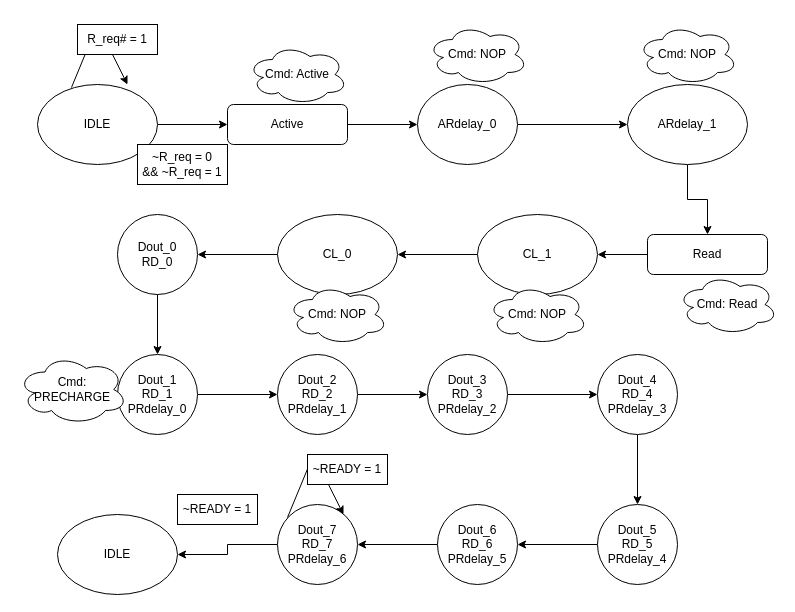
Before: Untitled Diagram.drawio in lnguyen921/Digital_system, a draw.io diagram. Source tidied: cells renumbered, new cells numbered last; positions are measured from the earlier drawing's top-left corner, leaving out a move shared by most shapes. Both pictures are drawn from the tidied source at 100%, with x=0, y=0 at pixel (17, 24).
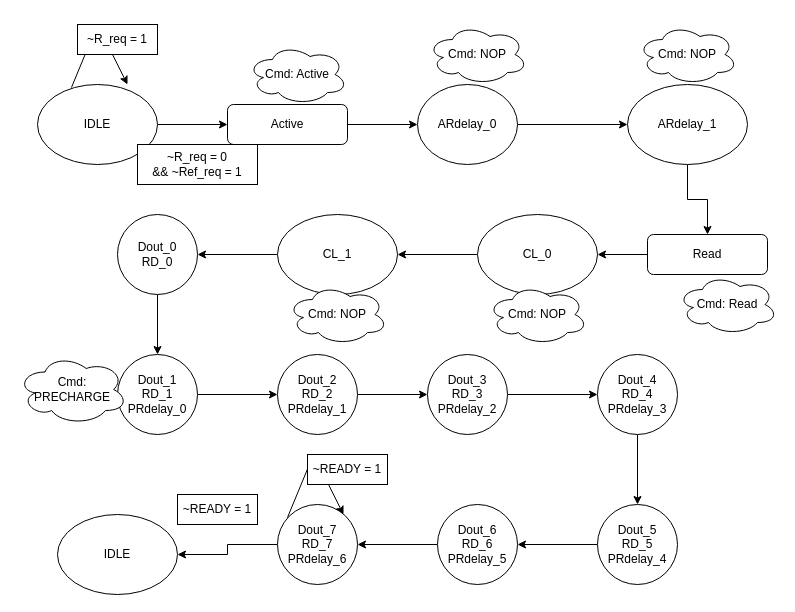
The same diagram, later.

The edit, as a diff of the source:
```diff
@@
-    <mxCell id="11" value="R_req# = 1" style="rounded=0;whiteSpace=wrap;html=1;" parent="1" vertex="1">
+    <mxCell id="11" value="~R_req = 1" style="rounded=0;whiteSpace=wrap;html=1;" parent="1" vertex="1">
       <mxGeometry x="60" width="80" height="30" as="geometry" />
     </mxCell>
-    <mxCell id="12" value="~R_req = 0&lt;div&gt;&amp;amp;&amp;amp; ~R_req = 1&lt;/div&gt;" style="rounded=0;whiteSpace=wrap;html=1;" parent="1" vertex="1">
-      <mxGeometry x="120" y="120" width="90" height="40" as="geometry" />
+    <mxCell id="12" value="~R_req = 0&lt;div&gt;&amp;amp;&amp;amp; ~Ref_req = 1&lt;/div&gt;" style="rounded=0;whiteSpace=wrap;html=1;" parent="1" vertex="1">
+      <mxGeometry x="120" y="120" width="120" height="40" as="geometry" />
     </mxCell>
@@
-    <mxCell id="20" value="CL_1" style="ellipse;whiteSpace=wrap;html=1;" parent="1" vertex="1">
+    <mxCell id="20" value="CL_0" style="ellipse;whiteSpace=wrap;html=1;" parent="1" vertex="1">
       <mxGeometry x="460" y="190" width="120" height="80" as="geometry" />
     </mxCell>
@@
-    <mxCell id="22" value="CL_0" style="ellipse;whiteSpace=wrap;html=1;" parent="1" vertex="1">
+    <mxCell id="22" value="CL_1" style="ellipse;whiteSpace=wrap;html=1;" parent="1" vertex="1">
       <mxGeometry x="260" y="190" width="120" height="80" as="geometry" />
     </mxCell>
```
